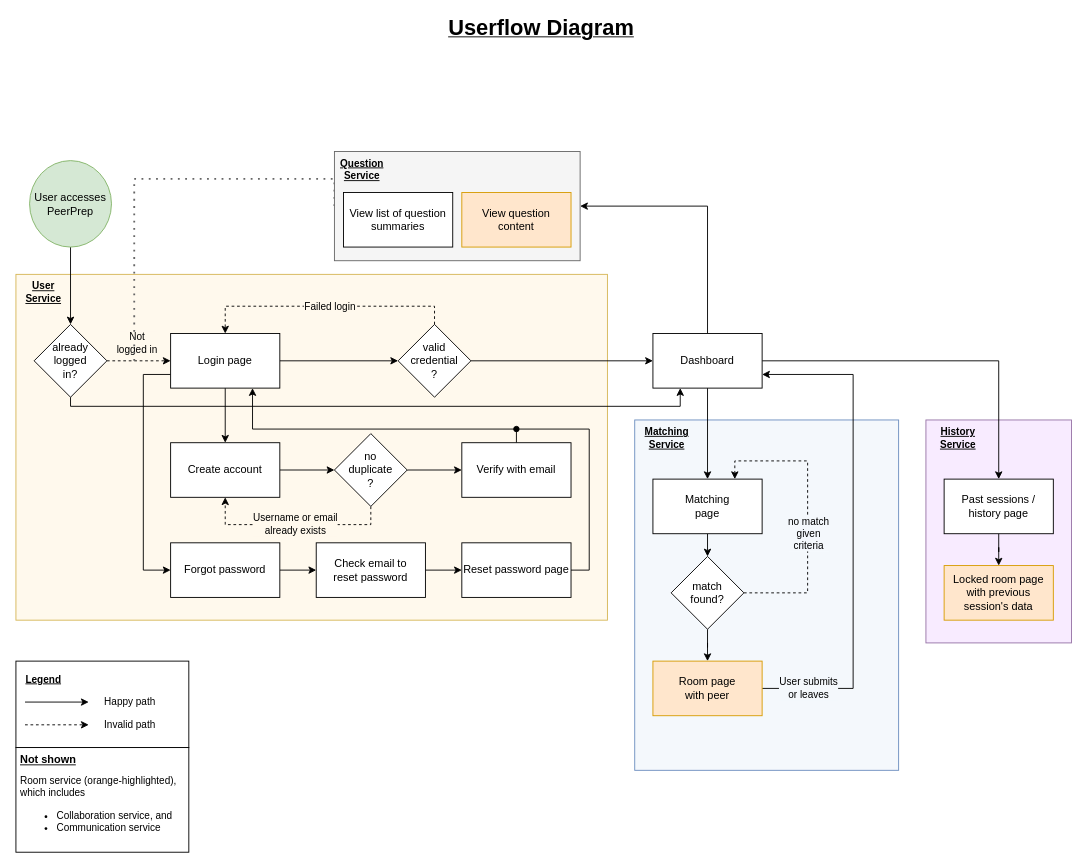
CS3219-AY2223S1/cs3219-project-ay2223s1-g42 keeps this draw.io diagram as docs/cs3219-userflow.drawio. Above is the earlier version. Source tidied: cells renumbered, new cells numbered last; positions are measured from the earlier drawing's top-left corner, leaving out a move shared by most shapes. Both pictures are drawn from the tidied source at 91%, with x=0, y=0 at pixel (15, 19).
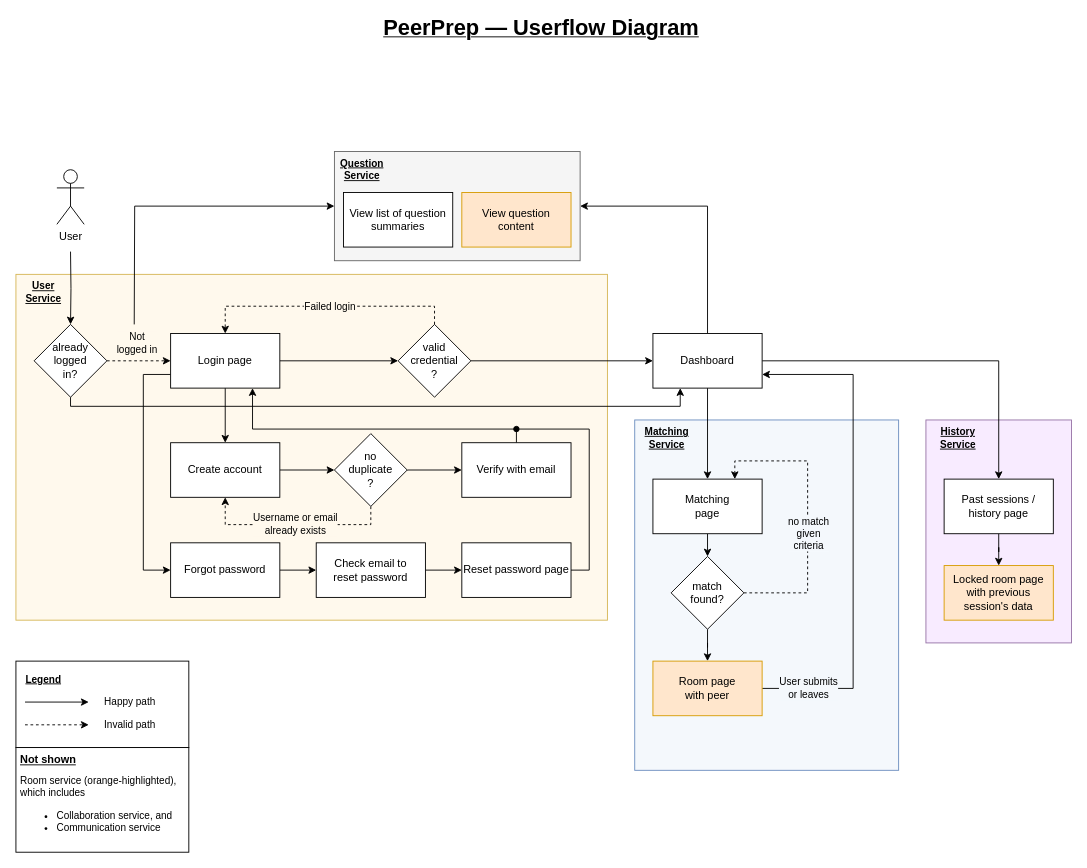
After the change.

Commit message (it also covers changes not shown here):
docs: use c4 diagram for high level archi

The change refers to these unchanged cells:
```xml
<mxCell id="11" value="already logged &lt;br&gt;in?" style="rhombus;whiteSpace=wrap;html=1;" parent="1" vertex="1">
  <mxGeometry x="20" y="335" width="80" height="80" as="geometry" />
</mxCell>
<mxCell id="63" style="rounded=0;whiteSpace=wrap;html=1;fillColor=#f5f5f5;fontColor=#333333;strokeColor=#666666;" parent="62" vertex="1">
  <mxGeometry width="270" height="120" as="geometry" />
</mxCell>
```

Change to the diagram source:
```diff
@@
-    <mxCell id="6" style="edgeStyle=orthogonalEdgeStyle;rounded=0;jettySize=auto;html=1;" parent="1" edge="1" source="7" target="11">
-      <mxGeometry relative="1" as="geometry" />
-    </mxCell>
-    <mxCell id="7" value="&lt;div&gt;User accesses PeerPrep&lt;/div&gt;" style="ellipse;whiteSpace=wrap;html=1;fillColor=#d5e8d4;strokeColor=#82b366;comic=0;noLabel=0;overflow=visible;" parent="1" vertex="1">
-      <mxGeometry x="15" y="155" width="90" height="95" as="geometry" />
-    </mxCell>
@@
-    <mxCell id="58" value="&lt;font style=&quot;font-size: 24px&quot;&gt;Userflow Diagram&lt;/font&gt;" style="text;html=1;align=center;verticalAlign=middle;strokeColor=none;fillColor=none;fontStyle=5;" parent="1" vertex="1">
-      <mxGeometry x="467" width="220" height="20" as="geometry" />
+    <mxCell id="58" value="&lt;font style=&quot;font-size: 24px&quot;&gt;PeerPrep — Userflow Diagram&lt;/font&gt;" style="text;html=1;align=center;verticalAlign=middle;strokeColor=none;fillColor=none;fontStyle=5;" parent="1" vertex="1">
+      <mxGeometry x="397" width="360" height="20" as="geometry" />
     </mxCell>
@@
-    <mxCell id="61" style="endArrow=none;dashed=1;html=1;dashPattern=1 3;strokeWidth=2;edgeStyle=orthogonalEdgeStyle;rounded=0;entryX=0;entryY=0.5;entryDx=0;entryDy=0;fillColor=#f5f5f5;strokeColor=#666666;" parent="1" edge="1" target="63">
-      <mxGeometry relative="1" as="geometry">
-        <mxPoint x="130" y="375" as="sourcePoint" />
-        <Array as="points">
-          <mxPoint x="130" y="175" />
-        </Array>
-      </mxGeometry>
-    </mxCell>
@@
+    <mxCell id="67" style="edgeStyle=orthogonalEdgeStyle;html=1;exitX=0;exitY=0.5;exitDx=0;exitDy=0;rounded=0;startArrow=classic;startFill=1;endArrow=none;endFill=0;" parent="1" edge="1" source="63">
+      <mxGeometry relative="1" as="geometry">
+        <mxPoint x="130" y="335" as="targetPoint" />
+      </mxGeometry>
+    </mxCell>
+    <mxCell id="68" style="edgeStyle=orthogonalEdgeStyle;shape=connector;rounded=0;html=1;entryX=0.5;entryY=0;entryDx=0;entryDy=0;labelBackgroundColor=default;fontFamily=Helvetica;fontSize=11;fontColor=default;startArrow=none;startFill=0;endArrow=classic;endFill=1;strokeColor=default;" parent="1" edge="1" target="11">
+      <mxGeometry relative="1" as="geometry">
+        <mxPoint x="60" y="255" as="sourcePoint" />
+      </mxGeometry>
+    </mxCell>
+    <mxCell id="69" value="User" style="shape=umlActor;verticalLabelPosition=bottom;verticalAlign=top;html=1;" parent="1" vertex="1">
+      <mxGeometry x="45" y="165" width="30" height="60" as="geometry" />
+    </mxCell>
```
